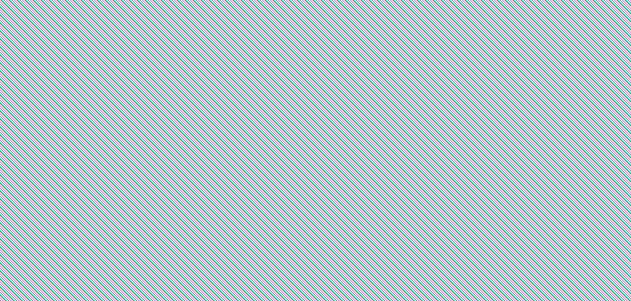
The draw.io diagram images/db_b_eer.png in gekkowrld/misc, before a commit. Source tidied: cells renumbered, new cells last; positions are measured from the earlier drawing's top-left corner, leaving out a move shared by most shapes.
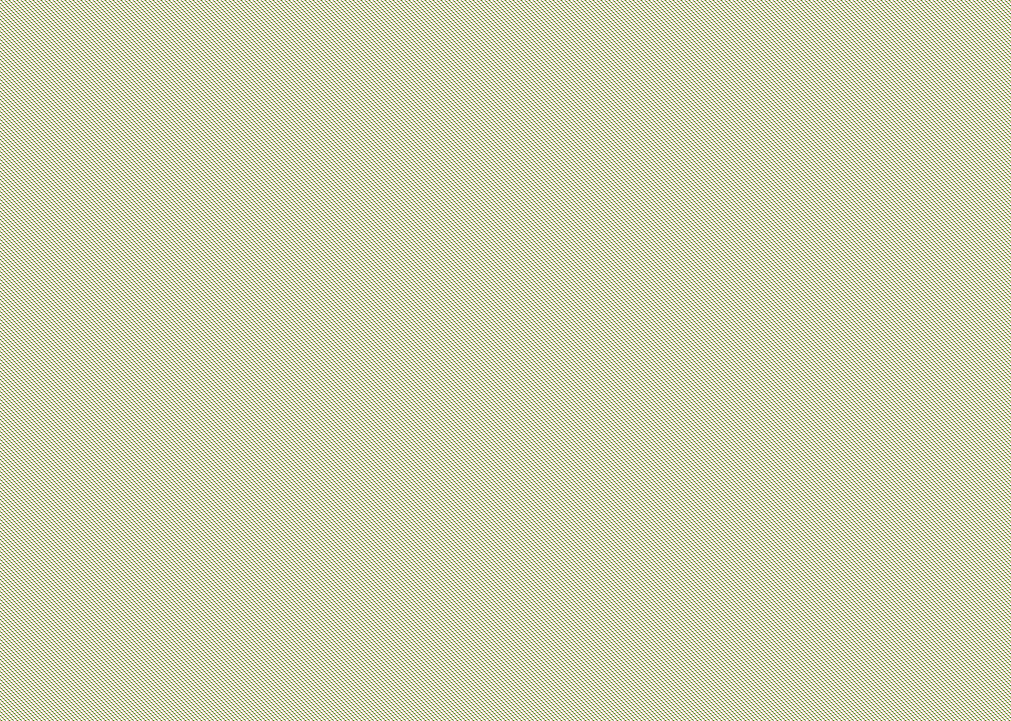
Above is the later version.

What changed in the source:
```diff
@@ -1,63 +1,285 @@
-<mxGraphModel>
+<mxGraphModel background="#ffffff">
   <root>
     <mxCell id="0" />
     <mxCell id="1" parent="0" />
     <mxCell id="2" value="pontoon" style="whiteSpace=wrap;html=1;align=center;" parent="1" vertex="1">
-      <mxGeometry x="480" y="30" width="100" height="40" as="geometry" />
+      <mxGeometry x="-40" y="-90" width="100" height="40" as="geometry" />
     </mxCell>
     <mxCell id="3" value="skiff" style="whiteSpace=wrap;html=1;align=center;" parent="1" vertex="1">
-      <mxGeometry x="490" y="120" width="100" height="40" as="geometry" />
+      <mxGeometry x="160" y="-90" width="100" height="40" as="geometry" />
     </mxCell>
     <mxCell id="4" value="Jet Ski" style="whiteSpace=wrap;html=1;align=center;" parent="1" vertex="1">
-      <mxGeometry x="480" y="190" width="100" height="40" as="geometry" />
+      <mxGeometry x="450" y="-90" width="100" height="40" as="geometry" />
     </mxCell>
     <mxCell id="5" value="Registration Number" style="ellipse;whiteSpace=wrap;html=1;align=center;" parent="1" vertex="1">
-      <mxGeometry x="220" y="40" width="100" height="40" as="geometry" />
+      <mxGeometry x="260" y="-320" width="100" height="40" as="geometry" />
     </mxCell>
     <mxCell id="6" value="Capacity" style="ellipse;whiteSpace=wrap;html=1;align=center;" parent="1" vertex="1">
-      <mxGeometry x="350" y="240" width="100" height="40" as="geometry" />
+      <mxGeometry x="-80" y="40" width="100" height="40" as="geometry" />
     </mxCell>
-    <mxCell id="7" value="Lenght" style="ellipse;whiteSpace=wrap;html=1;align=center;" parent="1" vertex="1">
-      <mxGeometry x="330" y="160" width="100" height="40" as="geometry" />
-    </mxCell>
     <mxCell id="8" value="Manufacturer" style="ellipse;whiteSpace=wrap;html=1;align=center;" parent="1" vertex="1">
-      <mxGeometry x="330" y="90" width="100" height="40" as="geometry" />
+      <mxGeometry x="110" y="-10" width="100" height="40" as="geometry" />
     </mxCell>
     <mxCell id="9" value="Name" style="ellipse;whiteSpace=wrap;html=1;align=center;" parent="1" vertex="1">
-      <mxGeometry x="340" y="20" width="100" height="40" as="geometry" />
+      <mxGeometry x="80" y="-300" width="100" height="40" as="geometry" />
     </mxCell>
     <mxCell id="10" value="Age of Jet Ski" style="ellipse;whiteSpace=wrap;html=1;align=center;dashed=1;" parent="1" vertex="1">
-      <mxGeometry x="120" width="100" height="40" as="geometry" />
+      <mxGeometry x="260" y="-30" width="100" height="40" as="geometry" />
     </mxCell>
     <mxCell id="11" value="Equipments" style="shape=ext;margin=3;double=1;whiteSpace=wrap;html=1;align=center;" parent="1" vertex="1">
-      <mxGeometry x="530" y="240" width="100" height="40" as="geometry" />
+      <mxGeometry x="-60" y="180" width="100" height="40" as="geometry" />
     </mxCell>
     <mxCell id="12" value="Description" style="ellipse;whiteSpace=wrap;html=1;align=center;" parent="1" vertex="1">
-      <mxGeometry y="80" width="100" height="40" as="geometry" />
+      <mxGeometry x="270" y="310" width="100" height="40" as="geometry" />
     </mxCell>
     <mxCell id="13" value="Rental Price" style="ellipse;whiteSpace=wrap;html=1;align=center;" parent="1" vertex="1">
-      <mxGeometry x="170" y="100" width="100" height="40" as="geometry" />
+      <mxGeometry x="260" y="180" width="100" height="40" as="geometry" />
     </mxCell>
     <mxCell id="14" value="Map" style="ellipse;shape=doubleEllipse;margin=3;whiteSpace=wrap;html=1;align=center;" parent="1" vertex="1">
-      <mxGeometry y="140" width="100" height="40" as="geometry" />
+      <mxGeometry x="100" y="300" width="100" height="40" as="geometry" />
     </mxCell>
     <mxCell id="15" value="Net" style="ellipse;shape=doubleEllipse;margin=3;whiteSpace=wrap;html=1;align=center;" parent="1" vertex="1">
-      <mxGeometry y="20" width="100" height="40" as="geometry" />
+      <mxGeometry x="-80" y="300" width="100" height="40" as="geometry" />
     </mxCell>
     <mxCell id="16" value="Cutting Board" style="ellipse;shape=doubleEllipse;margin=3;whiteSpace=wrap;html=1;align=center;" parent="1" vertex="1">
-      <mxGeometry x="240" y="260" width="100" height="40" as="geometry" />
+      <mxGeometry x="100" y="360" width="100" height="40" as="geometry" />
     </mxCell>
     <mxCell id="17" value="Bucket" style="ellipse;shape=doubleEllipse;margin=3;whiteSpace=wrap;html=1;align=center;" parent="1" vertex="1">
-      <mxGeometry x="240" y="210" width="100" height="40" as="geometry" />
+      <mxGeometry x="10" y="120" width="100" height="40" as="geometry" />
     </mxCell>
     <mxCell id="18" value="Bait" style="ellipse;shape=doubleEllipse;margin=3;whiteSpace=wrap;html=1;align=center;" parent="1" vertex="1">
-      <mxGeometry x="220" y="150" width="100" height="40" as="geometry" />
+      <mxGeometry x="-80" y="360" width="100" height="40" as="geometry" />
     </mxCell>
     <mxCell id="19" value="Rod Rentals" style="ellipse;shape=doubleEllipse;margin=3;whiteSpace=wrap;html=1;align=center;" parent="1" vertex="1">
-      <mxGeometry x="50" y="260" width="100" height="40" as="geometry" />
+      <mxGeometry x="-80" y="230" width="100" height="40" as="geometry" />
     </mxCell>
     <mxCell id="20" value="Anchor" style="ellipse;shape=doubleEllipse;margin=3;whiteSpace=wrap;html=1;align=center;" parent="1" vertex="1">
-      <mxGeometry x="40" y="190" width="100" height="40" as="geometry" />
+      <mxGeometry x="100" y="210" width="100" height="40" as="geometry" />
     </mxCell>
+    <mxCell id="21" value="Customer" style="whiteSpace=wrap;html=1;align=center;" parent="1" vertex="1">
+      <mxGeometry x="570" y="270" width="100" height="40" as="geometry" />
+    </mxCell>
+    <mxCell id="22" value="Date of rental" style="ellipse;whiteSpace=wrap;html=1;align=center;" parent="1" vertex="1">
+      <mxGeometry x="420" y="350" width="100" height="40" as="geometry" />
+    </mxCell>
+    <mxCell id="23" value="Overall Charge" style="ellipse;whiteSpace=wrap;html=1;align=center;" parent="1" vertex="1">
+      <mxGeometry x="420" y="210" width="100" height="40" as="geometry" />
+    </mxCell>
+    <mxCell id="24" value="Customer Name" style="ellipse;shape=doubleEllipse;margin=3;whiteSpace=wrap;html=1;align=center;" parent="1" vertex="1">
+      <mxGeometry x="570" y="180" width="100" height="40" as="geometry" />
+    </mxCell>
+    <mxCell id="25" value="First Name" style="ellipse;whiteSpace=wrap;html=1;align=center;" parent="1" vertex="1">
+      <mxGeometry x="620" y="130" width="100" height="40" as="geometry" />
+    </mxCell>
+    <mxCell id="26" value="Last Name" style="ellipse;whiteSpace=wrap;html=1;align=center;" parent="1" vertex="1">
+      <mxGeometry x="450" y="130" width="100" height="40" as="geometry" />
+    </mxCell>
+    <mxCell id="27" value="Amount of Sale" style="ellipse;whiteSpace=wrap;html=1;align=center;" parent="1" vertex="1">
+      <mxGeometry x="610" y="-130" width="100" height="40" as="geometry" />
+    </mxCell>
+    <mxCell id="28" value="Date of Sale" style="ellipse;whiteSpace=wrap;html=1;align=center;" parent="1" vertex="1">
+      <mxGeometry x="830" y="200" width="100" height="40" as="geometry" />
+    </mxCell>
+    <mxCell id="29" style="edgeStyle=entityRelationEdgeStyle;fontSize=12;html=1;endArrow=ERzeroToOne;startArrow=ERmandOne;rounded=0;" parent="1" edge="1" source="2" target="9">
+      <mxGeometry relative="1" as="geometry" />
+    </mxCell>
+    <mxCell id="30" style="edgeStyle=entityRelationEdgeStyle;fontSize=12;html=1;endArrow=ERzeroToOne;startArrow=ERmandOne;rounded=0;" parent="1" edge="1" source="4" target="9">
+      <mxGeometry relative="1" as="geometry" />
+    </mxCell>
+    <mxCell id="31" style="edgeStyle=entityRelationEdgeStyle;fontSize=12;html=1;endArrow=ERzeroToOne;startArrow=ERmandOne;rounded=0;" parent="1" edge="1" source="3" target="9">
+      <mxGeometry relative="1" as="geometry">
+        <Array as="points">
+          <mxPoint x="195" y="-210" />
+          <mxPoint x="265" y="-210" />
+          <mxPoint x="205" y="-250" />
+        </Array>
+      </mxGeometry>
+    </mxCell>
+    <mxCell id="32" style="edgeStyle=entityRelationEdgeStyle;fontSize=12;html=1;endArrow=ERzeroToOne;startArrow=ERmandOne;rounded=0;" parent="1" edge="1" source="2" target="5">
+      <mxGeometry relative="1" as="geometry" />
+    </mxCell>
+    <mxCell id="33" style="edgeStyle=entityRelationEdgeStyle;fontSize=12;html=1;endArrow=ERzeroToOne;startArrow=ERmandOne;rounded=0;" parent="1" edge="1" source="4" target="5">
+      <mxGeometry relative="1" as="geometry" />
+    </mxCell>
+    <mxCell id="34" style="edgeStyle=entityRelationEdgeStyle;fontSize=12;html=1;endArrow=ERzeroToOne;startArrow=ERmandOne;rounded=0;" parent="1" edge="1" source="3" target="5">
+      <mxGeometry relative="1" as="geometry" />
+    </mxCell>
+    <mxCell id="35" style="edgeStyle=entityRelationEdgeStyle;fontSize=12;html=1;endArrow=ERzeroToOne;startArrow=ERmandOne;rounded=0;" parent="1" edge="1" source="2" target="8">
+      <mxGeometry relative="1" as="geometry" />
+    </mxCell>
+    <mxCell id="36" style="edgeStyle=entityRelationEdgeStyle;fontSize=12;html=1;endArrow=ERone;endFill=1;rounded=0;" parent="1" edge="1" source="7" target="2">
+      <mxGeometry relative="1" as="geometry" />
+    </mxCell>
+    <mxCell id="37" style="edgeStyle=entityRelationEdgeStyle;fontSize=12;html=1;endArrow=ERone;endFill=1;rounded=0;" parent="1" edge="1" source="7" target="2">
+      <mxGeometry relative="1" as="geometry" />
+    </mxCell>
+    <mxCell id="38" style="edgeStyle=entityRelationEdgeStyle;fontSize=12;html=1;endArrow=ERone;endFill=1;rounded=0;" parent="1" edge="1" source="6" target="2">
+      <mxGeometry relative="1" as="geometry" />
+    </mxCell>
+    <mxCell id="7" value="Length" style="ellipse;whiteSpace=wrap;html=1;align=center;" parent="1" vertex="1">
+      <mxGeometry x="-70" y="-20" width="100" height="40" as="geometry" />
+    </mxCell>
+    <mxCell id="39" style="edgeStyle=entityRelationEdgeStyle;fontSize=12;html=1;endArrow=ERzeroToMany;startArrow=ERmandOne;rounded=0;" parent="1" edge="1" source="4" target="40">
+      <mxGeometry relative="1" as="geometry" />
+    </mxCell>
+    <mxCell id="40" value="Jet Ski Type" style="ellipse;shape=doubleEllipse;margin=3;whiteSpace=wrap;html=1;align=center;" parent="1" vertex="1">
+      <mxGeometry x="380" y="-20" width="100" height="40" as="geometry" />
+    </mxCell>
+    <mxCell id="41" style="edgeStyle=entityRelationEdgeStyle;fontSize=12;html=1;endArrow=ERmandOne;startArrow=ERmandOne;rounded=0;" parent="1" edge="1" source="10" target="4">
+      <mxGeometry relative="1" as="geometry" />
+    </mxCell>
+    <mxCell id="42" style="edgeStyle=entityRelationEdgeStyle;fontSize=12;html=1;endArrow=ERoneToMany;rounded=0;" parent="1" edge="1" source="21" target="24">
+      <mxGeometry relative="1" as="geometry" />
+    </mxCell>
+    <mxCell id="43" style="edgeStyle=entityRelationEdgeStyle;fontSize=12;html=1;endArrow=ERone;endFill=1;rounded=0;" parent="1" edge="1" source="24" target="26">
+      <mxGeometry relative="1" as="geometry" />
+    </mxCell>
+    <mxCell id="44" style="edgeStyle=entityRelationEdgeStyle;fontSize=12;html=1;endArrow=ERone;endFill=1;rounded=0;exitX=1;exitY=0.5;exitDx=0;exitDy=0;" parent="1" edge="1" source="24" target="25">
+      <mxGeometry relative="1" as="geometry" />
+    </mxCell>
+    <mxCell id="45" style="edgeStyle=orthogonalEdgeStyle;rounded=0;jettySize=auto;html=1;" parent="1" edge="1" source="48" target="3">
+      <mxGeometry relative="1" as="geometry" />
+    </mxCell>
+    <mxCell id="46" style="edgeStyle=orthogonalEdgeStyle;rounded=0;jettySize=auto;html=1;" parent="1" edge="1" source="48" target="2">
+      <mxGeometry relative="1" as="geometry" />
+    </mxCell>
+    <mxCell id="47" style="edgeStyle=orthogonalEdgeStyle;rounded=0;jettySize=auto;html=1;" parent="1" edge="1" source="48" target="11">
+      <mxGeometry relative="1" as="geometry" />
+    </mxCell>
+    <mxCell id="48" value="Fishing" style="shape=ext;margin=3;double=1;whiteSpace=wrap;html=1;align=center;" parent="1" vertex="1">
+      <mxGeometry x="130" y="90" width="100" height="40" as="geometry" />
+    </mxCell>
+    <mxCell id="49" style="edgeStyle=entityRelationEdgeStyle;fontSize=12;html=1;endArrow=ERzeroToMany;startArrow=ERzeroToOne;rounded=0;" parent="1" edge="1" source="11" target="20">
+      <mxGeometry relative="1" as="geometry" />
+    </mxCell>
+    <mxCell id="50" style="edgeStyle=entityRelationEdgeStyle;fontSize=12;html=1;endArrow=ERzeroToMany;startArrow=ERzeroToOne;rounded=0;" parent="1" edge="1" source="11" target="14">
+      <mxGeometry relative="1" as="geometry" />
+    </mxCell>
+    <mxCell id="51" style="edgeStyle=entityRelationEdgeStyle;fontSize=12;html=1;endArrow=ERzeroToMany;startArrow=ERzeroToOne;rounded=0;" parent="1" edge="1" source="11" target="19">
+      <mxGeometry relative="1" as="geometry" />
+    </mxCell>
+    <mxCell id="52" style="edgeStyle=entityRelationEdgeStyle;fontSize=12;html=1;endArrow=ERzeroToMany;startArrow=ERzeroToOne;rounded=0;" parent="1" edge="1" source="11" target="16">
+      <mxGeometry relative="1" as="geometry" />
+    </mxCell>
+    <mxCell id="53" style="edgeStyle=entityRelationEdgeStyle;fontSize=12;html=1;endArrow=ERzeroToMany;startArrow=ERzeroToOne;rounded=0;" parent="1" edge="1" source="11" target="15">
+      <mxGeometry relative="1" as="geometry" />
+    </mxCell>
+    <mxCell id="54" style="edgeStyle=entityRelationEdgeStyle;fontSize=12;html=1;endArrow=ERzeroToMany;startArrow=ERzeroToOne;rounded=0;" parent="1" edge="1" source="11" target="18">
+      <mxGeometry relative="1" as="geometry" />
+    </mxCell>
+    <mxCell id="55" style="edgeStyle=entityRelationEdgeStyle;fontSize=12;html=1;endArrow=ERzeroToMany;startArrow=ERzeroToOne;rounded=0;" parent="1" edge="1" source="11" target="17">
+      <mxGeometry relative="1" as="geometry" />
+    </mxCell>
+    <mxCell id="56" style="edgeStyle=orthogonalEdgeStyle;rounded=0;jettySize=auto;html=1;" parent="1" edge="1" source="60" target="21">
+      <mxGeometry relative="1" as="geometry" />
+    </mxCell>
+    <mxCell id="57" style="edgeStyle=orthogonalEdgeStyle;rounded=0;jettySize=auto;html=1;" parent="1" edge="1" source="60" target="4">
+      <mxGeometry relative="1" as="geometry" />
+    </mxCell>
+    <mxCell id="58" style="edgeStyle=orthogonalEdgeStyle;rounded=0;jettySize=auto;html=1;" parent="1" edge="1" source="60" target="3">
+      <mxGeometry relative="1" as="geometry" />
+    </mxCell>
+    <mxCell id="59" style="edgeStyle=orthogonalEdgeStyle;rounded=0;jettySize=auto;html=1;" parent="1" edge="1" source="60" target="2">
+      <mxGeometry relative="1" as="geometry" />
+    </mxCell>
+    <mxCell id="60" value="Rental" style="shape=ext;margin=3;double=1;whiteSpace=wrap;html=1;align=center;" parent="1" vertex="1">
+      <mxGeometry x="260" y="50" width="100" height="40" as="geometry" />
+    </mxCell>
+    <mxCell id="61" style="edgeStyle=entityRelationEdgeStyle;fontSize=12;html=1;endArrow=ERmandOne;startArrow=ERmandOne;rounded=0;" parent="1" edge="1" source="23" target="60">
+      <mxGeometry relative="1" as="geometry" />
+    </mxCell>
+    <mxCell id="62" style="edgeStyle=orthogonalEdgeStyle;rounded=0;jettySize=auto;html=1;" parent="1" edge="1" source="63" target="4">
+      <mxGeometry relative="1" as="geometry" />
+    </mxCell>
+    <mxCell id="63" value="Sell" style="shape=ext;margin=3;double=1;whiteSpace=wrap;html=1;align=center;" parent="1" vertex="1">
+      <mxGeometry x="640" y="50" width="100" height="40" as="geometry" />
+    </mxCell>
+    <mxCell id="64" style="edgeStyle=entityRelationEdgeStyle;fontSize=12;html=1;endArrow=ERmandOne;startArrow=ERmandOne;rounded=0;" parent="1" edge="1" source="63" target="27">
+      <mxGeometry relative="1" as="geometry" />
+    </mxCell>
+    <mxCell id="65" style="edgeStyle=entityRelationEdgeStyle;fontSize=12;html=1;endArrow=ERmandOne;startArrow=ERmandOne;rounded=0;" parent="1" edge="1" source="28" target="27">
+      <mxGeometry relative="1" as="geometry" />
+    </mxCell>
+    <mxCell id="66" style="edgeStyle=entityRelationEdgeStyle;fontSize=12;html=1;endArrow=ERmandOne;startArrow=ERmandOne;rounded=0;" parent="1" edge="1" source="21" target="63">
+      <mxGeometry relative="1" as="geometry" />
+    </mxCell>
+    <mxCell id="67" style="edgeStyle=entityRelationEdgeStyle;fontSize=12;html=1;endArrow=ERmandOne;startArrow=ERmandOne;rounded=0;" parent="1" edge="1" source="22" target="60">
+      <mxGeometry relative="1" as="geometry" />
+    </mxCell>
+    <mxCell id="68" style="edgeStyle=entityRelationEdgeStyle;fontSize=12;html=1;endArrow=ERmandOne;startArrow=ERmandOne;rounded=0;" parent="1" edge="1" source="17" target="13">
+      <mxGeometry relative="1" as="geometry" />
+    </mxCell>
+    <mxCell id="69" style="edgeStyle=entityRelationEdgeStyle;fontSize=12;html=1;endArrow=ERmandOne;startArrow=ERmandOne;rounded=0;" parent="1" edge="1" source="20" target="13">
+      <mxGeometry relative="1" as="geometry" />
+    </mxCell>
+    <mxCell id="70" style="edgeStyle=entityRelationEdgeStyle;fontSize=12;html=1;endArrow=ERmandOne;startArrow=ERmandOne;rounded=0;" parent="1" edge="1" source="18" target="13">
+      <mxGeometry relative="1" as="geometry" />
+    </mxCell>
+    <mxCell id="71" style="edgeStyle=entityRelationEdgeStyle;fontSize=12;html=1;endArrow=ERmandOne;startArrow=ERmandOne;rounded=0;" parent="1" edge="1" source="15" target="13">
+      <mxGeometry relative="1" as="geometry" />
+    </mxCell>
+    <mxCell id="72" style="edgeStyle=entityRelationEdgeStyle;fontSize=12;html=1;endArrow=ERmandOne;startArrow=ERmandOne;rounded=0;" parent="1" edge="1" source="19" target="13">
+      <mxGeometry relative="1" as="geometry" />
+    </mxCell>
+    <mxCell id="73" style="edgeStyle=entityRelationEdgeStyle;fontSize=12;html=1;endArrow=ERmandOne;startArrow=ERmandOne;rounded=0;" parent="1" edge="1" source="14" target="13">
+      <mxGeometry relative="1" as="geometry" />
+    </mxCell>
+    <mxCell id="74" style="edgeStyle=entityRelationEdgeStyle;fontSize=12;html=1;endArrow=ERmandOne;startArrow=ERmandOne;rounded=0;" parent="1" edge="1" source="16" target="13">
+      <mxGeometry relative="1" as="geometry" />
+    </mxCell>
+    <mxCell id="75" style="edgeStyle=entityRelationEdgeStyle;fontSize=12;html=1;endArrow=ERmandOne;startArrow=ERmandOne;rounded=0;" parent="1" edge="1" source="14" target="12">
+      <mxGeometry relative="1" as="geometry" />
+    </mxCell>
+    <mxCell id="76" style="edgeStyle=entityRelationEdgeStyle;fontSize=12;html=1;endArrow=ERmandOne;startArrow=ERmandOne;rounded=0;" parent="1" edge="1" source="20" target="12">
+      <mxGeometry relative="1" as="geometry" />
+    </mxCell>
+    <mxCell id="77" style="edgeStyle=entityRelationEdgeStyle;fontSize=12;html=1;endArrow=ERmandOne;startArrow=ERmandOne;rounded=0;" parent="1" edge="1" source="18" target="12">
+      <mxGeometry relative="1" as="geometry" />
+    </mxCell>
+    <mxCell id="78" style="edgeStyle=entityRelationEdgeStyle;fontSize=12;html=1;endArrow=ERmandOne;startArrow=ERmandOne;rounded=0;" parent="1" edge="1" source="15" target="12">
+      <mxGeometry relative="1" as="geometry" />
+    </mxCell>
+    <mxCell id="79" style="edgeStyle=entityRelationEdgeStyle;fontSize=12;html=1;endArrow=ERmandOne;startArrow=ERmandOne;rounded=0;" parent="1" edge="1" source="19" target="12">
+      <mxGeometry relative="1" as="geometry" />
+    </mxCell>
+    <mxCell id="80" style="edgeStyle=entityRelationEdgeStyle;fontSize=12;html=1;endArrow=ERmandOne;startArrow=ERmandOne;rounded=0;" parent="1" edge="1" source="12" target="17">
+      <mxGeometry relative="1" as="geometry" />
+    </mxCell>
+    <mxCell id="81" style="edgeStyle=entityRelationEdgeStyle;fontSize=12;html=1;endArrow=ERmandOne;startArrow=ERmandOne;rounded=0;" parent="1" edge="1" source="16" target="12">
+      <mxGeometry relative="1" as="geometry" />
+    </mxCell>
+    <mxCell id="82" value="Cell Phone Number" style="ellipse;whiteSpace=wrap;html=1;align=center;" parent="1" vertex="1">
+      <mxGeometry x="760" y="310" width="100" height="40" as="geometry" />
+    </mxCell>
+    <mxCell id="83" style="edgeStyle=entityRelationEdgeStyle;fontSize=12;html=1;endArrow=ERmandOne;startArrow=ERmandOne;rounded=0;" parent="1" edge="1" source="21" target="82">
+      <mxGeometry relative="1" as="geometry" />
+    </mxCell>
+    <mxCell id="84" value="Boat Safety Certificate ID" style="ellipse;whiteSpace=wrap;html=1;align=center;" parent="1" vertex="1">
+      <mxGeometry x="610" y="360" width="100" height="40" as="geometry" />
+    </mxCell>
+    <mxCell id="85" style="edgeStyle=entityRelationEdgeStyle;fontSize=12;html=1;endArrow=ERmandOne;startArrow=ERmandOne;rounded=0;" parent="1" edge="1" source="21" target="84">
+      <mxGeometry relative="1" as="geometry" />
+    </mxCell>
+    <mxCell id="86" style="endArrow=none;html=1;rounded=0;dashed=1;dashPattern=1 2;" parent="1" edge="1" source="4" target="88">
+      <mxGeometry relative="1" as="geometry" />
+    </mxCell>
+    <mxCell id="87" value="N" style="html=1;whiteSpace=wrap;align=right;verticalAlign=bottom;" parent="86" vertex="1">
+      <mxGeometry x="1" relative="1" as="geometry" />
+    </mxCell>
+    <mxCell id="88" value="Flare Gun" style="ellipse;whiteSpace=wrap;html=1;align=center;" parent="1" vertex="1">
+      <mxGeometry x="450" y="-230" width="100" height="40" as="geometry" />
+    </mxCell>
+    <mxCell id="89" style="endArrow=none;html=1;rounded=0;dashed=1;dashPattern=1 2;" parent="1" edge="1" source="3" target="88">
+      <mxGeometry relative="1" as="geometry" />
+    </mxCell>
+    <mxCell id="90" style="html=1;whiteSpace=wrap;align=right;verticalAlign=bottom;" parent="89" vertex="1">
+      <mxGeometry x="1" relative="1" as="geometry" />
+    </mxCell>
+    <mxCell id="91" style="endArrow=none;html=1;rounded=0;dashed=1;dashPattern=1 2;" parent="1" edge="1" source="2" target="88">
+      <mxGeometry relative="1" as="geometry" />
+    </mxCell>
+    <mxCell id="92" style="html=1;whiteSpace=wrap;align=right;verticalAlign=bottom;" parent="91" vertex="1">
+      <mxGeometry x="1" relative="1" as="geometry" />
+    </mxCell>
   </root>
 </mxGraphModel>
```
